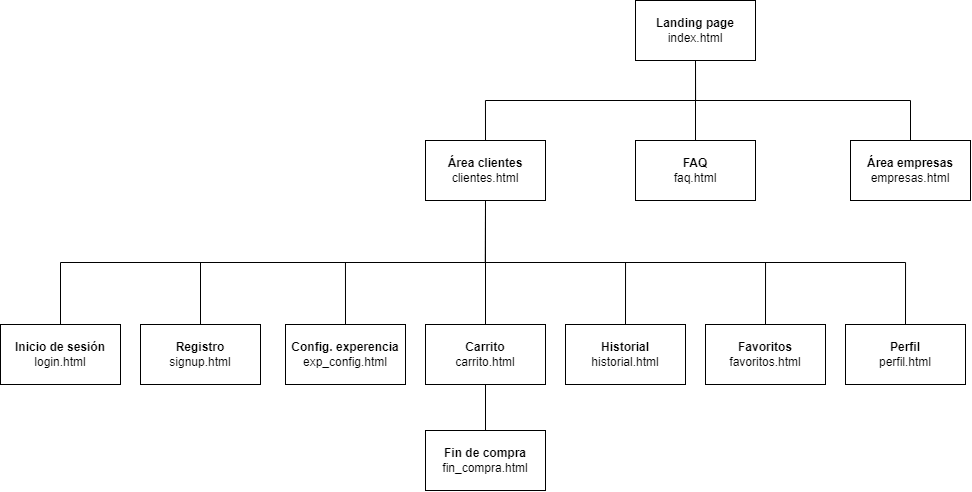
This is P2/Labelling.drawio.png from DIU3-LosMijos/DIU3.LosMijos, a draw.io export, as it was before one commit. Source tidied: cells renumbered, new cells last; positions are measured from the earlier drawing's top-left corner, leaving out a move shared by most shapes.
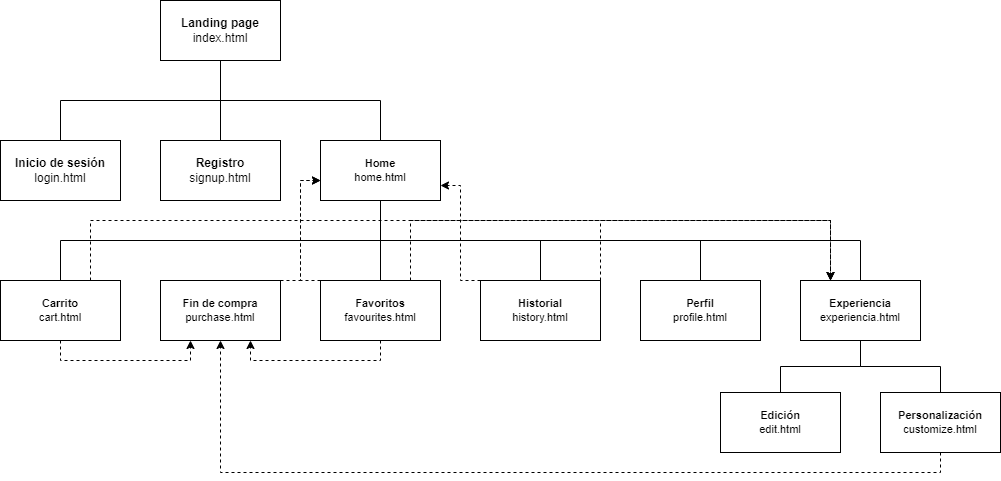
Above is the later version.

Commit message:
Actualizado sitemap y labelling con el wireframe

Change to the diagram source:
```diff
@@ -5,76 +5,126 @@
     <mxCell id="2" style="edgeStyle=orthogonalEdgeStyle;shape=connector;rounded=0;jettySize=auto;html=1;exitX=0.5;exitY=1;exitDx=0;exitDy=0;entryX=0.5;entryY=0;entryDx=0;entryDy=0;labelBackgroundColor=default;strokeColor=default;fontFamily=Helvetica;fontSize=11;fontColor=default;endArrow=none;endFill=0;" parent="1" edge="1" source="5" target="13">
       <mxGeometry relative="1" as="geometry" />
     </mxCell>
-    <mxCell id="3" style="edgeStyle=orthogonalEdgeStyle;shape=connector;rounded=0;jettySize=auto;html=1;exitX=0.5;exitY=1;exitDx=0;exitDy=0;entryX=0.5;entryY=0;entryDx=0;entryDy=0;labelBackgroundColor=default;strokeColor=default;fontFamily=Helvetica;fontSize=11;fontColor=default;endArrow=none;endFill=0;" parent="1" edge="1" source="5" target="14">
-      <mxGeometry relative="1" as="geometry" />
-    </mxCell>
-    <mxCell id="4" style="edgeStyle=orthogonalEdgeStyle;shape=connector;rounded=0;jettySize=auto;html=1;exitX=0.5;exitY=1;exitDx=0;exitDy=0;entryX=0.5;entryY=0;entryDx=0;entryDy=0;labelBackgroundColor=default;strokeColor=default;fontFamily=Helvetica;fontSize=11;fontColor=default;endArrow=none;endFill=0;" parent="1" edge="1" source="5" target="24">
-      <mxGeometry relative="1" as="geometry" />
-    </mxCell>
+    <mxCell id="26" style="edgeStyle=orthogonalEdgeStyle;rounded=0;jettySize=auto;html=1;exitX=0.5;exitY=1;exitDx=0;exitDy=0;entryX=0.5;entryY=0;entryDx=0;entryDy=0;endArrow=none;endFill=0;" parent="1" edge="1" source="5" target="25">
+      <mxGeometry relative="1" as="geometry" />
+    </mxCell>
+    <mxCell id="27" style="edgeStyle=orthogonalEdgeStyle;shape=connector;rounded=0;jettySize=auto;html=1;exitX=0.5;exitY=1;exitDx=0;exitDy=0;entryX=0.5;entryY=0;entryDx=0;entryDy=0;labelBackgroundColor=default;strokeColor=default;fontFamily=Helvetica;fontSize=11;fontColor=default;endArrow=none;endFill=0;" parent="1" edge="1" source="5" target="33">
+      <mxGeometry relative="1" as="geometry" />
+    </mxCell>
     <mxCell id="5" value="&lt;b&gt;Landing page&lt;/b&gt;&lt;br&gt;index.html" style="rounded=0;whiteSpace=wrap;html=1;" parent="1" vertex="1">
-      <mxGeometry x="635" width="120" height="60" as="geometry" />
+      <mxGeometry x="280" y="10" width="120" height="60" as="geometry" />
     </mxCell>
-    <mxCell id="6" style="edgeStyle=orthogonalEdgeStyle;shape=connector;rounded=0;jettySize=auto;html=1;exitX=0.5;exitY=1;exitDx=0;exitDy=0;entryX=0.5;entryY=0;entryDx=0;entryDy=0;labelBackgroundColor=default;strokeColor=default;fontFamily=Helvetica;fontSize=11;fontColor=default;endArrow=none;endFill=0;" parent="1" edge="1" source="13" target="19">
-      <mxGeometry relative="1" as="geometry" />
-    </mxCell>
-    <mxCell id="7" style="edgeStyle=orthogonalEdgeStyle;shape=connector;rounded=0;jettySize=auto;html=1;exitX=0.5;exitY=1;exitDx=0;exitDy=0;entryX=0.5;entryY=0;entryDx=0;entryDy=0;labelBackgroundColor=default;strokeColor=default;fontFamily=Helvetica;fontSize=11;fontColor=default;endArrow=none;endFill=0;" parent="1" edge="1" source="13" target="20">
-      <mxGeometry relative="1" as="geometry" />
-    </mxCell>
-    <mxCell id="8" style="edgeStyle=orthogonalEdgeStyle;shape=connector;rounded=0;jettySize=auto;html=1;exitX=0.5;exitY=1;exitDx=0;exitDy=0;entryX=0.5;entryY=0;entryDx=0;entryDy=0;labelBackgroundColor=default;strokeColor=default;fontFamily=Helvetica;fontSize=11;fontColor=default;endArrow=none;endFill=0;" parent="1" edge="1" source="13" target="21">
-      <mxGeometry relative="1" as="geometry" />
-    </mxCell>
-    <mxCell id="9" style="edgeStyle=orthogonalEdgeStyle;shape=connector;rounded=0;jettySize=auto;html=1;exitX=0.5;exitY=1;exitDx=0;exitDy=0;entryX=0.5;entryY=0;entryDx=0;entryDy=0;labelBackgroundColor=default;strokeColor=default;fontFamily=Helvetica;fontSize=11;fontColor=default;endArrow=none;endFill=0;" parent="1" edge="1" source="13" target="23">
-      <mxGeometry relative="1" as="geometry" />
-    </mxCell>
-    <mxCell id="10" style="edgeStyle=orthogonalEdgeStyle;shape=connector;rounded=0;jettySize=auto;html=1;exitX=0.5;exitY=1;exitDx=0;exitDy=0;entryX=0.5;entryY=0;entryDx=0;entryDy=0;labelBackgroundColor=default;strokeColor=default;fontFamily=Helvetica;fontSize=11;fontColor=default;endArrow=none;endFill=0;" parent="1" edge="1" source="13" target="16">
-      <mxGeometry relative="1" as="geometry" />
-    </mxCell>
-    <mxCell id="11" style="edgeStyle=orthogonalEdgeStyle;shape=connector;rounded=0;jettySize=auto;html=1;exitX=0.5;exitY=1;exitDx=0;exitDy=0;entryX=0.5;entryY=0;entryDx=0;entryDy=0;labelBackgroundColor=default;strokeColor=default;fontFamily=Helvetica;fontSize=11;fontColor=default;endArrow=none;endFill=0;" parent="1" edge="1" source="13" target="15">
-      <mxGeometry relative="1" as="geometry" />
-    </mxCell>
-    <mxCell id="12" style="edgeStyle=orthogonalEdgeStyle;rounded=0;jettySize=auto;html=1;exitX=0.5;exitY=1;exitDx=0;exitDy=0;entryX=0.5;entryY=0;entryDx=0;entryDy=0;endArrow=none;endFill=0;" parent="1" edge="1" source="13" target="25">
-      <mxGeometry relative="1" as="geometry" />
-    </mxCell>
-    <mxCell id="13" value="&lt;b&gt;Área clientes&lt;/b&gt;&lt;br&gt;clientes.html" style="rounded=0;whiteSpace=wrap;html=1;" parent="1" vertex="1">
-      <mxGeometry x="425" y="140" width="120" height="60" as="geometry" />
+    <mxCell id="13" value="&lt;b&gt;Inicio de sesión&lt;/b&gt;&lt;br&gt;login.html" style="rounded=0;whiteSpace=wrap;html=1;" parent="1" vertex="1">
+      <mxGeometry x="120" y="150" width="120" height="60" as="geometry" />
     </mxCell>
-    <mxCell id="14" value="&lt;b&gt;Área empresas&lt;br&gt;&lt;/b&gt;empresas.html" style="rounded=0;whiteSpace=wrap;html=1;" parent="1" vertex="1">
-      <mxGeometry x="850" y="140" width="120" height="60" as="geometry" />
-    </mxCell>
-    <mxCell id="15" value="&lt;b&gt;Inicio de sesión&lt;/b&gt;&lt;br&gt;login.html" style="rounded=0;whiteSpace=wrap;html=1;" parent="1" vertex="1">
-      <mxGeometry y="324" width="120" height="60" as="geometry" />
-    </mxCell>
-    <mxCell id="16" value="&lt;b&gt;Config. experencia&lt;/b&gt;&lt;br&gt;exp_config.html" style="rounded=0;whiteSpace=wrap;html=1;" parent="1" vertex="1">
-      <mxGeometry x="285" y="324" width="120" height="60" as="geometry" />
-    </mxCell>
-    <mxCell id="17" value="&lt;b&gt;Fin de compra&lt;/b&gt;&lt;br&gt;fin_compra.html" style="rounded=0;whiteSpace=wrap;html=1;" parent="1" vertex="1">
-      <mxGeometry x="425" y="430" width="120" height="60" as="geometry" />
-    </mxCell>
-    <mxCell id="18" style="edgeStyle=orthogonalEdgeStyle;shape=connector;rounded=0;jettySize=auto;html=1;exitX=0.5;exitY=1;exitDx=0;exitDy=0;entryX=0.5;entryY=0;entryDx=0;entryDy=0;labelBackgroundColor=default;strokeColor=default;fontFamily=Helvetica;fontSize=11;fontColor=default;endArrow=none;endFill=0;" parent="1" edge="1" source="19" target="17">
-      <mxGeometry relative="1" as="geometry" />
-    </mxCell>
-    <mxCell id="19" value="&lt;b&gt;Carrito&lt;/b&gt;&lt;br&gt;carrito.html" style="rounded=0;whiteSpace=wrap;html=1;" parent="1" vertex="1">
-      <mxGeometry x="425" y="324" width="120" height="60" as="geometry" />
-    </mxCell>
-    <mxCell id="20" value="&lt;b&gt;Historial&lt;/b&gt;&lt;br&gt;historial.html" style="rounded=0;whiteSpace=wrap;html=1;" parent="1" vertex="1">
-      <mxGeometry x="565" y="324" width="120" height="60" as="geometry" />
-    </mxCell>
-    <mxCell id="21" value="&lt;b&gt;Favoritos&lt;/b&gt;&lt;br&gt;favoritos.html" style="rounded=0;whiteSpace=wrap;html=1;" parent="1" vertex="1">
-      <mxGeometry x="705" y="324" width="120" height="60" as="geometry" />
-    </mxCell>
-    <mxCell id="22" style="edgeStyle=orthogonalEdgeStyle;shape=connector;rounded=0;jettySize=auto;html=1;exitX=0.5;exitY=1;exitDx=0;exitDy=0;entryX=0.5;entryY=0;entryDx=0;entryDy=0;labelBackgroundColor=default;strokeColor=default;fontFamily=Helvetica;fontSize=11;fontColor=default;endArrow=none;endFill=0;" parent="1" edge="1" source="23">
-      <mxGeometry relative="1" as="geometry">
-        <mxPoint x="867.5" y="384" as="targetPoint" />
-      </mxGeometry>
-    </mxCell>
-    <mxCell id="23" value="&lt;b&gt;Perfil&lt;/b&gt;&lt;br&gt;perfil.html" style="rounded=0;whiteSpace=wrap;html=1;" parent="1" vertex="1">
-      <mxGeometry x="845" y="324" width="120" height="60" as="geometry" />
-    </mxCell>
-    <mxCell id="24" value="&lt;b&gt;FAQ&lt;/b&gt;&lt;br&gt;faq.html" style="rounded=0;whiteSpace=wrap;html=1;" parent="1" vertex="1">
-      <mxGeometry x="635" y="140" width="120" height="60" as="geometry" />
-    </mxCell>
-    <mxCell id="25" value="&lt;b&gt;Registro&lt;/b&gt;&lt;br&gt;signup.html" style="rounded=0;whiteSpace=wrap;html=1;" parent="1" vertex="1">
-      <mxGeometry x="140" y="324" width="120" height="60" as="geometry" />
+    <mxCell id="25" value="&lt;b&gt;Registro&lt;br&gt;&lt;/b&gt;signup.html" style="rounded=0;whiteSpace=wrap;html=1;" parent="1" vertex="1">
+      <mxGeometry x="280" y="150" width="120" height="60" as="geometry" />
     </mxCell>
+    <mxCell id="28" style="edgeStyle=orthogonalEdgeStyle;shape=connector;rounded=0;jettySize=auto;html=1;exitX=0.5;exitY=1;exitDx=0;exitDy=0;entryX=0.5;entryY=0;entryDx=0;entryDy=0;labelBackgroundColor=default;strokeColor=default;fontFamily=Helvetica;fontSize=11;fontColor=default;endArrow=none;endFill=0;" parent="1" edge="1" source="33" target="42">
+      <mxGeometry relative="1" as="geometry" />
+    </mxCell>
+    <mxCell id="29" style="edgeStyle=orthogonalEdgeStyle;shape=connector;rounded=0;jettySize=auto;html=1;exitX=0.5;exitY=1;exitDx=0;exitDy=0;entryX=0.5;entryY=0;entryDx=0;entryDy=0;labelBackgroundColor=default;strokeColor=default;fontFamily=Helvetica;fontSize=11;fontColor=default;endArrow=none;endFill=0;" parent="1" edge="1" source="33" target="46">
+      <mxGeometry relative="1" as="geometry" />
+    </mxCell>
+    <mxCell id="30" style="edgeStyle=orthogonalEdgeStyle;shape=connector;rounded=0;jettySize=auto;html=1;exitX=0.5;exitY=1;exitDx=0;exitDy=0;entryX=0.5;entryY=0;entryDx=0;entryDy=0;labelBackgroundColor=default;strokeColor=default;fontFamily=Helvetica;fontSize=11;fontColor=default;endArrow=none;endFill=0;" parent="1" edge="1" source="33" target="49">
+      <mxGeometry relative="1" as="geometry" />
+    </mxCell>
+    <mxCell id="31" style="edgeStyle=orthogonalEdgeStyle;shape=connector;rounded=0;jettySize=auto;html=1;exitX=0.5;exitY=1;exitDx=0;exitDy=0;entryX=0.5;entryY=0;entryDx=0;entryDy=0;labelBackgroundColor=default;strokeColor=default;fontFamily=Helvetica;fontSize=11;fontColor=default;endArrow=none;endFill=0;" parent="1" edge="1" source="33" target="50">
+      <mxGeometry relative="1" as="geometry" />
+    </mxCell>
+    <mxCell id="32" style="edgeStyle=orthogonalEdgeStyle;shape=connector;rounded=0;jettySize=auto;html=1;exitX=0.5;exitY=1;exitDx=0;exitDy=0;entryX=0.5;entryY=0;entryDx=0;entryDy=0;labelBackgroundColor=default;strokeColor=default;fontFamily=Helvetica;fontSize=11;fontColor=default;endArrow=none;endFill=0;" parent="1" edge="1" source="33" target="36">
+      <mxGeometry relative="1" as="geometry" />
+    </mxCell>
+    <mxCell id="33" value="&lt;b&gt;Home&lt;/b&gt;&lt;br&gt;home.html" style="rounded=0;whiteSpace=wrap;html=1;fontFamily=Helvetica;fontSize=11;fontColor=default;" parent="1" vertex="1">
+      <mxGeometry x="440" y="150" width="120" height="60" as="geometry" />
+    </mxCell>
+    <mxCell id="34" style="edgeStyle=orthogonalEdgeStyle;shape=connector;rounded=0;jettySize=auto;html=1;exitX=0.5;exitY=1;exitDx=0;exitDy=0;entryX=0.5;entryY=0;entryDx=0;entryDy=0;labelBackgroundColor=default;strokeColor=default;fontFamily=Helvetica;fontSize=11;fontColor=default;endArrow=none;endFill=0;" parent="1" edge="1" source="36" target="37">
+      <mxGeometry relative="1" as="geometry" />
+    </mxCell>
+    <mxCell id="35" style="edgeStyle=orthogonalEdgeStyle;shape=connector;rounded=0;jettySize=auto;html=1;exitX=0.5;exitY=1;exitDx=0;exitDy=0;entryX=0.5;entryY=0;entryDx=0;entryDy=0;labelBackgroundColor=default;strokeColor=default;fontFamily=Helvetica;fontSize=11;fontColor=default;endArrow=none;endFill=0;" parent="1" edge="1" source="36" target="39">
+      <mxGeometry relative="1" as="geometry" />
+    </mxCell>
+    <mxCell id="36" value="&lt;b&gt;Experiencia&lt;/b&gt;&lt;br&gt;experiencia.html" style="rounded=0;whiteSpace=wrap;html=1;fontFamily=Helvetica;fontSize=11;fontColor=default;" parent="1" vertex="1">
+      <mxGeometry x="920" y="290" width="120" height="60" as="geometry" />
+    </mxCell>
+    <mxCell id="37" value="&lt;b&gt;Edición&lt;/b&gt;&lt;br&gt;edit.html" style="rounded=0;whiteSpace=wrap;html=1;fontFamily=Helvetica;fontSize=11;fontColor=default;" parent="1" vertex="1">
+      <mxGeometry x="840" y="402" width="120" height="60" as="geometry" />
+    </mxCell>
+    <mxCell id="38" style="edgeStyle=orthogonalEdgeStyle;shape=connector;rounded=0;jettySize=auto;html=1;exitX=0.5;exitY=1;exitDx=0;exitDy=0;dashed=1;labelBackgroundColor=default;strokeColor=default;fontFamily=Helvetica;fontSize=11;fontColor=default;endArrow=classic;endFill=1;entryX=0.5;entryY=1;entryDx=0;entryDy=0;" parent="1" edge="1" source="39" target="52">
+      <mxGeometry relative="1" as="geometry" />
+    </mxCell>
+    <mxCell id="39" value="&lt;b&gt;Personalización&lt;/b&gt;&lt;br&gt;customize.html" style="rounded=0;whiteSpace=wrap;html=1;fontFamily=Helvetica;fontSize=11;fontColor=default;" parent="1" vertex="1">
+      <mxGeometry x="1000" y="402" width="120" height="60" as="geometry" />
+    </mxCell>
+    <mxCell id="40" style="edgeStyle=orthogonalEdgeStyle;shape=connector;rounded=0;jettySize=auto;html=1;exitX=0.5;exitY=1;exitDx=0;exitDy=0;entryX=0.25;entryY=1;entryDx=0;entryDy=0;labelBackgroundColor=default;strokeColor=default;fontFamily=Helvetica;fontSize=11;fontColor=default;endArrow=classic;endFill=1;dashed=1;" parent="1" edge="1" source="42" target="52">
+      <mxGeometry relative="1" as="geometry" />
+    </mxCell>
+    <mxCell id="41" style="edgeStyle=orthogonalEdgeStyle;shape=connector;rounded=0;jettySize=auto;html=1;exitX=0.75;exitY=0;exitDx=0;exitDy=0;entryX=0.25;entryY=0;entryDx=0;entryDy=0;labelBackgroundColor=default;strokeColor=default;fontFamily=Helvetica;fontSize=11;fontColor=default;endArrow=classic;endFill=1;dashed=1;" parent="1" edge="1" source="42" target="36">
+      <mxGeometry relative="1" as="geometry">
+        <Array as="points">
+          <mxPoint x="210" y="230" />
+          <mxPoint x="950" y="230" />
+        </Array>
+      </mxGeometry>
+    </mxCell>
+    <mxCell id="42" value="&lt;b&gt;Carrito&lt;/b&gt;&lt;br&gt;cart.html" style="rounded=0;whiteSpace=wrap;html=1;fontFamily=Helvetica;fontSize=11;fontColor=default;" parent="1" vertex="1">
+      <mxGeometry x="120" y="290" width="120" height="60" as="geometry" />
+    </mxCell>
+    <mxCell id="43" style="edgeStyle=orthogonalEdgeStyle;shape=connector;rounded=0;jettySize=auto;html=1;exitX=0.5;exitY=1;exitDx=0;exitDy=0;entryX=0.75;entryY=1;entryDx=0;entryDy=0;labelBackgroundColor=default;strokeColor=default;fontFamily=Helvetica;fontSize=11;fontColor=default;endArrow=classic;endFill=1;dashed=1;" parent="1" edge="1" source="46" target="52">
+      <mxGeometry relative="1" as="geometry" />
+    </mxCell>
+    <mxCell id="44" style="edgeStyle=orthogonalEdgeStyle;shape=connector;rounded=0;jettySize=auto;html=1;exitX=0.75;exitY=0;exitDx=0;exitDy=0;entryX=0.25;entryY=0;entryDx=0;entryDy=0;labelBackgroundColor=default;strokeColor=default;fontFamily=Helvetica;fontSize=11;fontColor=default;endArrow=classic;endFill=1;dashed=1;" parent="1" edge="1" source="46" target="36">
+      <mxGeometry relative="1" as="geometry">
+        <Array as="points">
+          <mxPoint x="530" y="230" />
+          <mxPoint x="950" y="230" />
+        </Array>
+      </mxGeometry>
+    </mxCell>
+    <mxCell id="45" style="edgeStyle=orthogonalEdgeStyle;shape=connector;rounded=0;jettySize=auto;html=1;exitX=0;exitY=0;exitDx=0;exitDy=0;dashed=1;labelBackgroundColor=default;strokeColor=default;fontFamily=Helvetica;fontSize=11;fontColor=default;endArrow=classic;endFill=1;" parent="1" edge="1" source="46">
+      <mxGeometry relative="1" as="geometry">
+        <mxPoint x="440" y="190" as="targetPoint" />
+        <Array as="points">
+          <mxPoint x="420" y="290" />
+          <mxPoint x="420" y="190" />
+        </Array>
+      </mxGeometry>
+    </mxCell>
+    <mxCell id="46" value="&lt;b&gt;Favoritos&lt;/b&gt;&lt;br&gt;favourites.html" style="rounded=0;whiteSpace=wrap;html=1;fontFamily=Helvetica;fontSize=11;fontColor=default;" parent="1" vertex="1">
+      <mxGeometry x="440" y="290" width="120" height="60" as="geometry" />
+    </mxCell>
+    <mxCell id="47" style="edgeStyle=orthogonalEdgeStyle;shape=connector;rounded=0;jettySize=auto;html=1;exitX=0;exitY=0;exitDx=0;exitDy=0;entryX=1;entryY=0.75;entryDx=0;entryDy=0;dashed=1;labelBackgroundColor=default;strokeColor=default;fontFamily=Helvetica;fontSize=11;fontColor=default;endArrow=classic;endFill=1;" parent="1" edge="1" source="49" target="33">
+      <mxGeometry relative="1" as="geometry">
+        <Array as="points">
+          <mxPoint x="580" y="290" />
+          <mxPoint x="580" y="195" />
+        </Array>
+      </mxGeometry>
+    </mxCell>
+    <mxCell id="48" style="edgeStyle=orthogonalEdgeStyle;shape=connector;rounded=0;jettySize=auto;html=1;exitX=1;exitY=0;exitDx=0;exitDy=0;entryX=0.25;entryY=0;entryDx=0;entryDy=0;dashed=1;labelBackgroundColor=default;strokeColor=default;fontFamily=Helvetica;fontSize=11;fontColor=default;endArrow=classic;endFill=1;" parent="1" edge="1" source="49" target="36">
+      <mxGeometry relative="1" as="geometry">
+        <Array as="points">
+          <mxPoint x="720" y="230" />
+          <mxPoint x="950" y="230" />
+        </Array>
+      </mxGeometry>
+    </mxCell>
+    <mxCell id="49" value="&lt;b&gt;Historial&lt;/b&gt;&lt;br&gt;history.html" style="rounded=0;whiteSpace=wrap;html=1;fontFamily=Helvetica;fontSize=11;fontColor=default;" parent="1" vertex="1">
+      <mxGeometry x="600" y="290" width="120" height="60" as="geometry" />
+    </mxCell>
+    <mxCell id="50" value="&lt;b&gt;Perfil&lt;/b&gt;&lt;br&gt;profile.html" style="rounded=0;whiteSpace=wrap;html=1;fontFamily=Helvetica;fontSize=11;fontColor=default;" parent="1" vertex="1">
+      <mxGeometry x="760" y="290" width="120" height="60" as="geometry" />
+    </mxCell>
+    <mxCell id="51" style="edgeStyle=orthogonalEdgeStyle;shape=connector;rounded=0;jettySize=auto;html=1;exitX=1;exitY=0;exitDx=0;exitDy=0;entryX=0;entryY=0.667;entryDx=0;entryDy=0;entryPerimeter=0;dashed=1;labelBackgroundColor=default;strokeColor=default;fontFamily=Helvetica;fontSize=11;fontColor=default;endArrow=classic;endFill=1;" parent="1" edge="1" source="52" target="33">
+      <mxGeometry relative="1" as="geometry">
+        <Array as="points">
+          <mxPoint x="420" y="290" />
+          <mxPoint x="420" y="190" />
+        </Array>
+      </mxGeometry>
+    </mxCell>
+    <mxCell id="52" value="&lt;b&gt;Fin de compra&lt;/b&gt;&lt;br&gt;purchase.html" style="rounded=0;whiteSpace=wrap;html=1;fontFamily=Helvetica;fontSize=11;fontColor=default;" parent="1" vertex="1">
+      <mxGeometry x="280" y="290" width="120" height="60" as="geometry" />
+    </mxCell>
   </root>
 </mxGraphModel>
```
